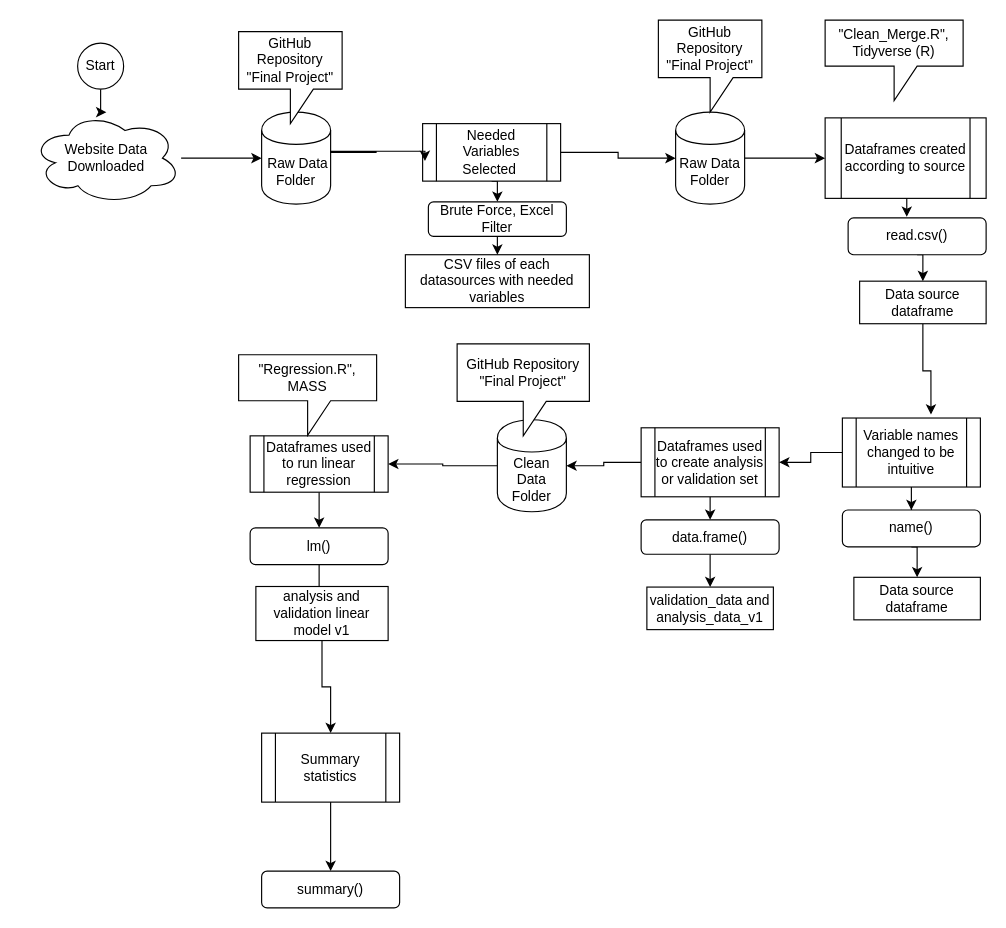
This is DataMgmt2019_Final_Proj_Workflow_Agbim.drawio from cnagbim/Data-Management-Final-Project-Agbim, a draw.io file, before an edit. Source tidied: cells renumbered, new cells numbered last; positions are measured from the earlier drawing's top-left corner, leaving out a move shared by most shapes. Both pictures are drawn from the tidied source at 115%, with x=0, y=0 at pixel (31, 20).
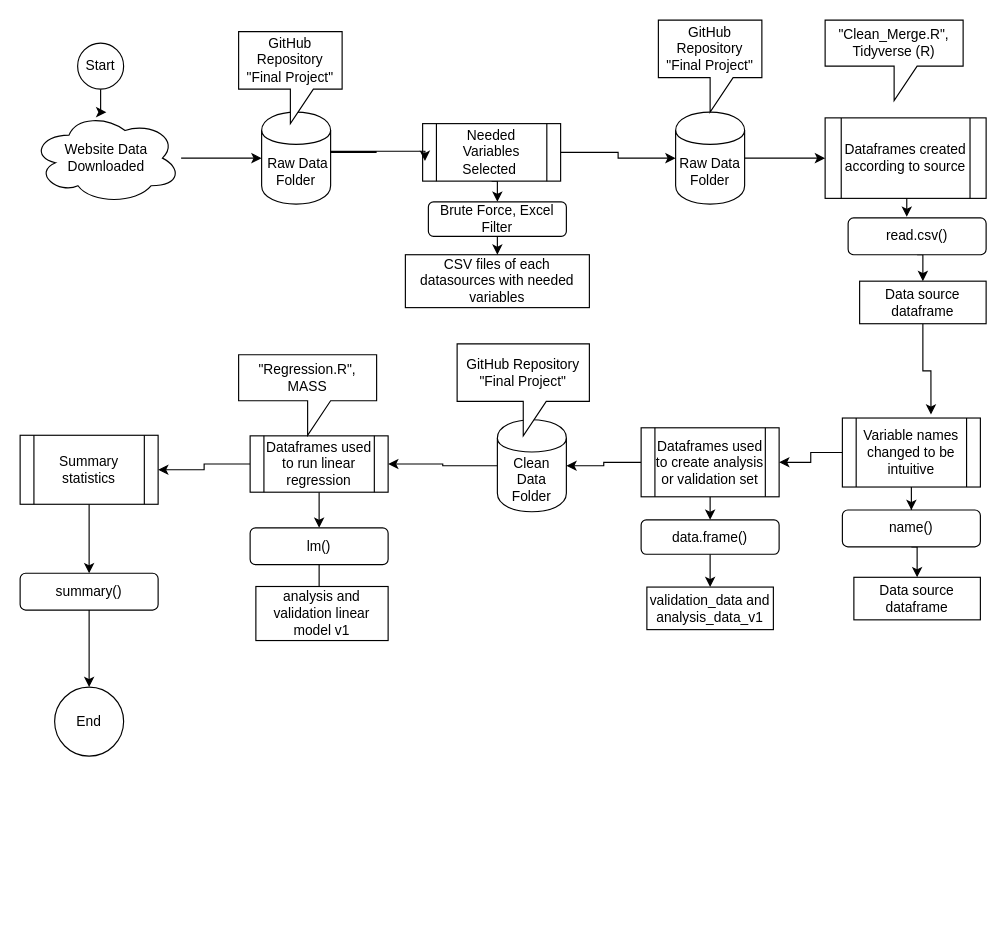
The same diagram, later.

Unchanged cells that the change refers to:
```xml
<mxCell id="38" value="Dataframes used to run linear regression" style="shape=process;whiteSpace=wrap;html=1;backgroundOutline=1;" parent="1" vertex="1">
  <mxGeometry x="190" y="361.5" width="120" height="49" as="geometry" />
</mxCell>
<mxCell id="46" value="analysis and validation linear model v1" style="rounded=0;whiteSpace=wrap;html=1;" parent="1" vertex="1">
  <mxGeometry x="195" y="492.5" width="115" height="47" as="geometry" />
</mxCell>
```

The edit, as a diff of the source:
```diff
@@
+    <mxCell id="50" style="edgeStyle=orthogonalEdgeStyle;rounded=0;jettySize=auto;html=1;exitX=0;exitY=0.5;exitDx=0;exitDy=0;entryX=1;entryY=0.5;entryDx=0;entryDy=0;" parent="1" edge="1" source="38" target="48">
+      <mxGeometry relative="1" as="geometry" />
+    </mxCell>
@@
-    <mxCell id="45" style="edgeStyle=orthogonalEdgeStyle;rounded=0;jettySize=auto;html=1;exitX=0.5;exitY=1;exitDx=0;exitDy=0;entryX=0.5;entryY=0;entryDx=0;entryDy=0;" parent="1" edge="1" source="46" target="48">
-      <mxGeometry relative="1" as="geometry" />
-    </mxCell>
@@
     <mxCell id="48" value="Summary statistics" style="shape=process;whiteSpace=wrap;html=1;backgroundOutline=1;" parent="1" vertex="1">
-      <mxGeometry x="200" y="620" width="120" height="60" as="geometry" />
+      <mxGeometry x="-10" y="361" width="120" height="60" as="geometry" />
     </mxCell>
+    <mxCell id="51" style="edgeStyle=orthogonalEdgeStyle;rounded=0;jettySize=auto;html=1;exitX=0.5;exitY=1;exitDx=0;exitDy=0;entryX=0.5;entryY=0;entryDx=0;entryDy=0;" parent="1" edge="1" source="49" target="52">
+      <mxGeometry relative="1" as="geometry" />
+    </mxCell>
     <mxCell id="49" value="summary()" style="rounded=1;whiteSpace=wrap;html=1;" parent="1" vertex="1">
-      <mxGeometry x="200" y="740" width="120" height="32" as="geometry" />
+      <mxGeometry x="-10" y="481" width="120" height="32" as="geometry" />
     </mxCell>
+    <mxCell id="52" value="End" style="ellipse;whiteSpace=wrap;html=1;" parent="1" vertex="1">
+      <mxGeometry x="20" y="580" width="60" height="60" as="geometry" />
+    </mxCell>
```
